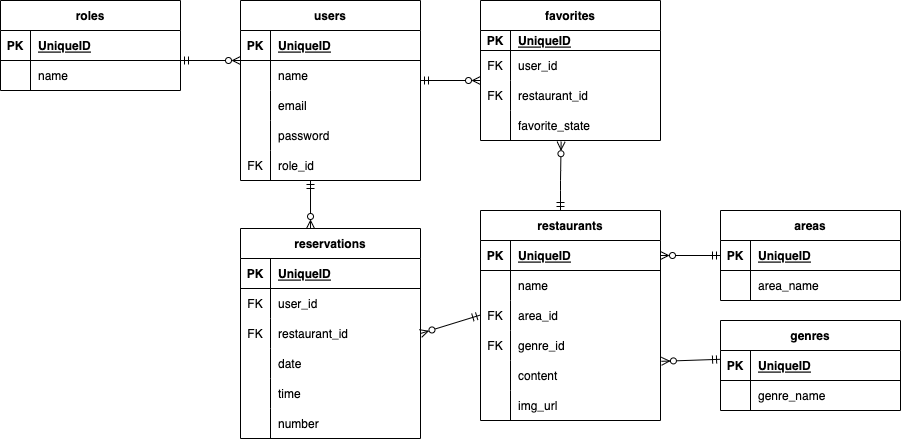
Above: src/index.drawio.png in hase-taka/reservation-system (draw.io), before the change. Source tidied: cells renumbered, new cells last; positions are measured from the earlier drawing's top-left corner, leaving out a move shared by most shapes.
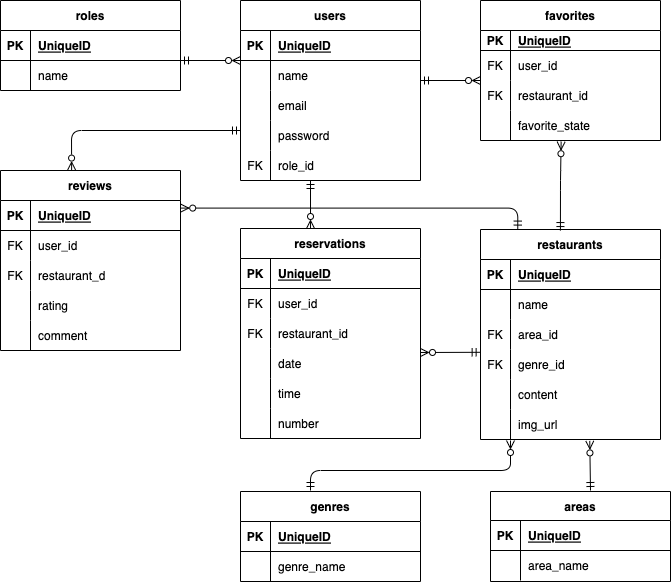
After the change.

Change to the diagram source:
```diff
@@ -147,7 +147,7 @@
       <mxGeometry x="30" width="150" height="30" as="geometry" />
     </mxCell>
     <mxCell id="50" value="restaurants" style="shape=table;startSize=30;rowLines=0;fontStyle=1;align=center;" parent="1" vertex="1">
-      <mxGeometry x="480" y="210" width="180" height="210" as="geometry" />
+      <mxGeometry x="480" y="229" width="180" height="210" as="geometry" />
     </mxCell>
     <mxCell id="51" style="shape=tableRow;horizontal=0;startSize=0;swimlaneHead=0;swimlaneBody=0;fillColor=none;points=[[0,0.5],[1,0.5]];portConstraint=eastwest;top=0;left=0;right=0;bottom=1;" parent="50" vertex="1">
       <mxGeometry y="30" width="180" height="30" as="geometry" />
@@ -214,24 +214,23 @@
         <mxPoint x="310" y="180" as="sourcePoint" />
       </mxGeometry>
     </mxCell>
-    <mxCell id="71" style="fontSize=12;html=1;endArrow=ERzeroToMany;startArrow=ERmandOne;endFill=0;entryX=0.448;entryY=1.04;entryDx=0;entryDy=0;entryPerimeter=0;" parent="1" edge="1" target="28">
+    <mxCell id="71" style="fontSize=12;html=1;endArrow=ERzeroToMany;startArrow=ERmandOne;endFill=0;entryX=0.448;entryY=1.04;entryDx=0;entryDy=0;entryPerimeter=0;exitX=0.444;exitY=0.005;exitDx=0;exitDy=0;exitPerimeter=0;" parent="1" edge="1" source="50" target="28">
       <mxGeometry relative="1" as="geometry">
-        <mxPoint x="560" y="210" as="sourcePoint" />
         <Array as="points">
           <mxPoint x="560" y="180" />
         </Array>
       </mxGeometry>
     </mxCell>
-    <mxCell id="72" style="fontSize=12;html=1;endArrow=ERzeroToMany;startArrow=ERmandOne;endFill=0;entryX=1;entryY=0.5;entryDx=0;entryDy=0;" parent="1" edge="1" target="38">
+    <mxCell id="72" style="fontSize=12;html=1;endArrow=ERzeroToMany;startArrow=ERmandOne;endFill=0;exitX=-0.002;exitY=1.093;exitDx=0;exitDy=0;exitPerimeter=0;" parent="1" edge="1" source="57">
       <mxGeometry relative="1" as="geometry">
-        <mxPoint x="480" y="314.5" as="sourcePoint" />
+        <mxPoint x="420" y="352" as="targetPoint" />
       </mxGeometry>
     </mxCell>
-    <mxCell id="73" value="areas" style="shape=table;startSize=30;rowLines=0;fontStyle=1;align=center;" parent="1" vertex="1">
-      <mxGeometry x="720" y="210" width="180" height="90" as="geometry" />
+    <mxCell id="73" value="areas" style="shape=table;startSize=29;rowLines=0;fontStyle=1;align=center;" parent="1" vertex="1">
+      <mxGeometry x="490" y="491" width="180" height="90" as="geometry" />
     </mxCell>
     <mxCell id="74" style="shape=tableRow;horizontal=0;startSize=0;swimlaneHead=0;swimlaneBody=0;fillColor=none;points=[[0,0.5],[1,0.5]];portConstraint=eastwest;top=0;left=0;right=0;bottom=1;" parent="73" vertex="1">
-      <mxGeometry y="30" width="180" height="30" as="geometry" />
+      <mxGeometry y="29" width="180" height="30" as="geometry" />
     </mxCell>
     <mxCell id="75" value="PK" style="shape=partialRectangle;fillColor=none;top=0;left=0;bottom=0;right=0;fontStyle=1;overflow=hidden;" parent="74" vertex="1">
       <mxGeometry width="30" height="30" as="geometry" />
@@ -240,7 +239,7 @@
       <mxGeometry x="30" width="150" height="30" as="geometry" />
     </mxCell>
     <mxCell id="77" style="shape=tableRow;horizontal=0;startSize=0;swimlaneHead=0;swimlaneBody=0;fillColor=none;top=0;left=0;right=0;bottom=0;" parent="73" vertex="1">
-      <mxGeometry y="60" width="180" height="30" as="geometry" />
+      <mxGeometry y="59" width="180" height="30" as="geometry" />
     </mxCell>
     <mxCell id="78" style="shape=partialRectangle;fillColor=none;top=0;left=0;bottom=0;right=0;overflow=hidden;" parent="77" vertex="1">
       <mxGeometry width="30" height="30" as="geometry" />
@@ -249,7 +248,7 @@
       <mxGeometry x="30" width="150" height="30" as="geometry" />
     </mxCell>
     <mxCell id="80" value="genres" style="shape=table;startSize=30;rowLines=0;fontStyle=1;align=center;" parent="1" vertex="1">
-      <mxGeometry x="720" y="320" width="180" height="90" as="geometry" />
+      <mxGeometry x="240" y="491" width="180" height="90" as="geometry" />
     </mxCell>
     <mxCell id="81" style="shape=tableRow;horizontal=0;startSize=0;swimlaneHead=0;swimlaneBody=0;fillColor=none;top=0;left=0;right=0;bottom=1;" parent="80" vertex="1">
       <mxGeometry y="30" width="180" height="30" as="geometry" />
@@ -269,13 +268,19 @@
     <mxCell id="86" value="genre_name" style="shape=partialRectangle;fillColor=none;top=0;left=0;bottom=0;right=0;align=left;spacingLeft=6;overflow=hidden;" parent="84" vertex="1">
       <mxGeometry x="30" width="150" height="30" as="geometry" />
     </mxCell>
-    <mxCell id="87" style="fontSize=12;html=1;endArrow=ERzeroToMany;startArrow=ERmandOne;endFill=0;exitX=0;exitY=0.5;exitDx=0;exitDy=0;entryX=1;entryY=0.5;entryDx=0;entryDy=0;" parent="1" edge="1" source="74" target="51">
-      <mxGeometry relative="1" as="geometry" />
+    <mxCell id="87" style="fontSize=12;html=1;endArrow=ERzeroToMany;startArrow=ERmandOne;endFill=0;entryX=0.607;entryY=1.047;entryDx=0;entryDy=0;entryPerimeter=0;" parent="1" edge="1" target="66">
+      <mxGeometry relative="1" as="geometry">
+        <mxPoint x="590" y="490" as="sourcePoint" />
+      </mxGeometry>
     </mxCell>
-    <mxCell id="88" style="fontSize=12;html=1;endArrow=ERzeroToMany;startArrow=ERmandOne;endFill=0;entryX=0.983;entryY=0.027;entryDx=0;entryDy=0;entryPerimeter=0;exitX=-0.022;exitY=0.293;exitDx=0;exitDy=0;exitPerimeter=0;" parent="1" edge="1">
+    <mxCell id="88" style="fontSize=12;html=1;endArrow=ERzeroToMany;startArrow=ERmandOne;endFill=0;edgeStyle=orthogonalEdgeStyle;" parent="1" edge="1">
       <mxGeometry relative="1" as="geometry">
-        <mxPoint x="720" y="358.8" as="sourcePoint" />
-        <mxPoint x="660.9" y="360.8" as="targetPoint" />
+        <mxPoint x="310" y="490" as="sourcePoint" />
+        <mxPoint x="510" y="440" as="targetPoint" />
+        <Array as="points">
+          <mxPoint x="310" y="470" />
+          <mxPoint x="510" y="470" />
+        </Array>
       </mxGeometry>
     </mxCell>
     <mxCell id="89" value="roles" style="shape=table;startSize=30;rowLines=0;fontStyle=1;align=center;" parent="1" vertex="1">
@@ -305,5 +310,65 @@
         <mxPoint x="240" y="60" as="targetPoint" />
       </mxGeometry>
     </mxCell>
+    <mxCell id="97" value="reviews" style="shape=table;startSize=30;rowLines=0;fontStyle=1;align=center;" parent="1" vertex="1">
+      <mxGeometry y="170" width="180" height="180" as="geometry" />
+    </mxCell>
+    <mxCell id="98" style="shape=tableRow;horizontal=0;startSize=0;swimlaneHead=0;swimlaneBody=0;fillColor=none;points=[[0,0.5],[1,0.5]];portConstraint=eastwest;top=0;left=0;right=0;bottom=1;" parent="97" vertex="1">
+      <mxGeometry y="30" width="180" height="30" as="geometry" />
+    </mxCell>
+    <mxCell id="99" value="PK" style="shape=partialRectangle;fillColor=none;top=0;left=0;bottom=0;right=0;fontStyle=1;overflow=hidden;" parent="98" vertex="1">
+      <mxGeometry width="30" height="30" as="geometry" />
+    </mxCell>
+    <mxCell id="100" value="UniqueID" style="shape=partialRectangle;fillColor=none;top=0;left=0;bottom=0;right=0;align=left;spacingLeft=6;fontStyle=5;overflow=hidden;" parent="98" vertex="1">
+      <mxGeometry x="30" width="150" height="30" as="geometry" />
+    </mxCell>
+    <mxCell id="101" style="shape=tableRow;horizontal=0;startSize=0;swimlaneHead=0;swimlaneBody=0;fillColor=none;top=0;left=0;right=0;bottom=0;" parent="97" vertex="1">
+      <mxGeometry y="60" width="180" height="30" as="geometry" />
+    </mxCell>
+    <mxCell id="102" value="FK" style="shape=partialRectangle;fillColor=none;top=0;left=0;bottom=0;right=0;overflow=hidden;" parent="101" vertex="1">
+      <mxGeometry width="30" height="30" as="geometry" />
+    </mxCell>
+    <mxCell id="103" value="user_id" style="shape=partialRectangle;fillColor=none;top=0;left=0;bottom=0;right=0;align=left;spacingLeft=6;overflow=hidden;" parent="101" vertex="1">
+      <mxGeometry x="30" width="150" height="30" as="geometry" />
+    </mxCell>
+    <mxCell id="104" style="shape=tableRow;horizontal=0;startSize=0;swimlaneHead=0;swimlaneBody=0;fillColor=none;top=0;left=0;right=0;bottom=0;" parent="97" vertex="1">
+      <mxGeometry y="90" width="180" height="30" as="geometry" />
+    </mxCell>
+    <mxCell id="105" value="FK" style="shape=partialRectangle;fillColor=none;top=0;left=0;bottom=0;right=0;overflow=hidden;" parent="104" vertex="1">
+      <mxGeometry width="30" height="30" as="geometry" />
+    </mxCell>
+    <mxCell id="106" value="restaurant_d" style="shape=partialRectangle;fillColor=none;top=0;left=0;bottom=0;right=0;align=left;spacingLeft=6;overflow=hidden;" parent="104" vertex="1">
+      <mxGeometry x="30" width="150" height="30" as="geometry" />
+    </mxCell>
+    <mxCell id="107" style="shape=tableRow;horizontal=0;startSize=0;swimlaneHead=0;swimlaneBody=0;fillColor=none;top=0;left=0;right=0;bottom=0;" parent="97" vertex="1">
+      <mxGeometry y="120" width="180" height="30" as="geometry" />
+    </mxCell>
+    <mxCell id="108" style="shape=partialRectangle;fillColor=none;top=0;left=0;bottom=0;right=0;overflow=hidden;" parent="107" vertex="1">
+      <mxGeometry width="30" height="30" as="geometry" />
+    </mxCell>
+    <mxCell id="109" value="rating" style="shape=partialRectangle;fillColor=none;top=0;left=0;bottom=0;right=0;align=left;spacingLeft=6;overflow=hidden;" parent="107" vertex="1">
+      <mxGeometry x="30" width="150" height="30" as="geometry" />
+    </mxCell>
+    <mxCell id="110" style="shape=tableRow;horizontal=0;startSize=0;swimlaneHead=0;swimlaneBody=0;fillColor=none;top=0;left=0;right=0;bottom=0;" parent="97" vertex="1">
+      <mxGeometry y="150" width="180" height="30" as="geometry" />
+    </mxCell>
+    <mxCell id="111" style="shape=partialRectangle;fillColor=none;top=0;left=0;bottom=0;right=0;overflow=hidden;" parent="110" vertex="1">
+      <mxGeometry width="30" height="30" as="geometry" />
+    </mxCell>
+    <mxCell id="112" value="comment" style="shape=partialRectangle;fillColor=none;top=0;left=0;bottom=0;right=0;align=left;spacingLeft=6;overflow=hidden;" parent="110" vertex="1">
+      <mxGeometry x="30" width="150" height="30" as="geometry" />
+    </mxCell>
+    <mxCell id="113" style="fontSize=12;html=1;endArrow=ERzeroToMany;startArrow=ERmandOne;endFill=0;entryX=0.384;entryY=-0.019;entryDx=0;entryDy=0;entryPerimeter=0;" parent="1" edge="1">
+      <mxGeometry relative="1" as="geometry">
+        <mxPoint x="240" y="130" as="sourcePoint" />
+        <mxPoint x="71.1" y="169.6" as="targetPoint" />
+        <Array as="points">
+          <mxPoint x="71" y="130" />
+        </Array>
+      </mxGeometry>
+    </mxCell>
+    <mxCell id="114" style="edgeStyle=orthogonalEdgeStyle;fontSize=12;html=1;endArrow=ERzeroToMany;startArrow=ERmandOne;endFill=0;entryX=1.001;entryY=0.253;entryDx=0;entryDy=0;entryPerimeter=0;exitX=0.207;exitY=-0.002;exitDx=0;exitDy=0;exitPerimeter=0;" parent="1" edge="1" source="50" target="98">
+      <mxGeometry relative="1" as="geometry" />
+    </mxCell>
   </root>
 </mxGraphModel>
```
